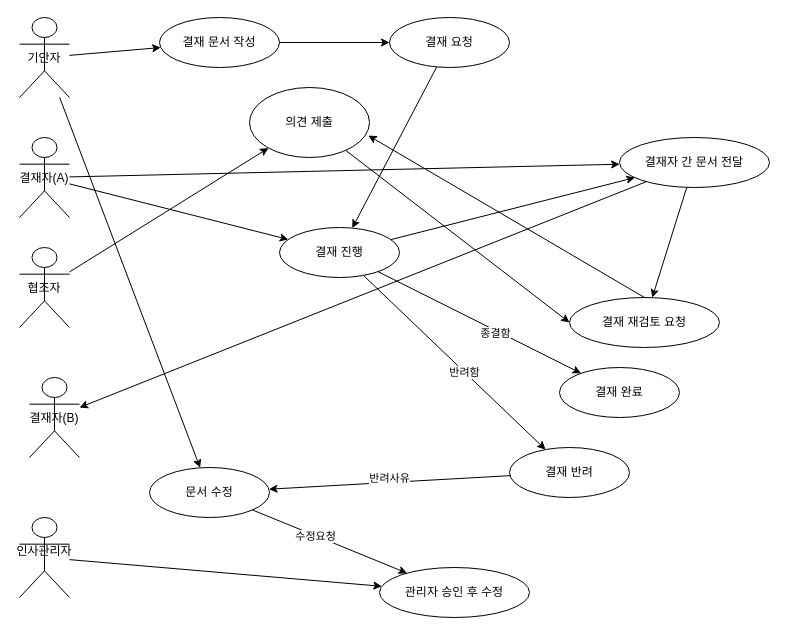
This is document/다이어그램 결재함관리2.drawio from sunday1284/jsp_spring02, a draw.io file, before an edit. Source tidied: cells renumbered, new cells numbered last; positions are measured from the earlier drawing's top-left corner, leaving out a move shared by most shapes. Both pictures are drawn from the tidied source at 100%, with x=0, y=0 at pixel (19, 17).
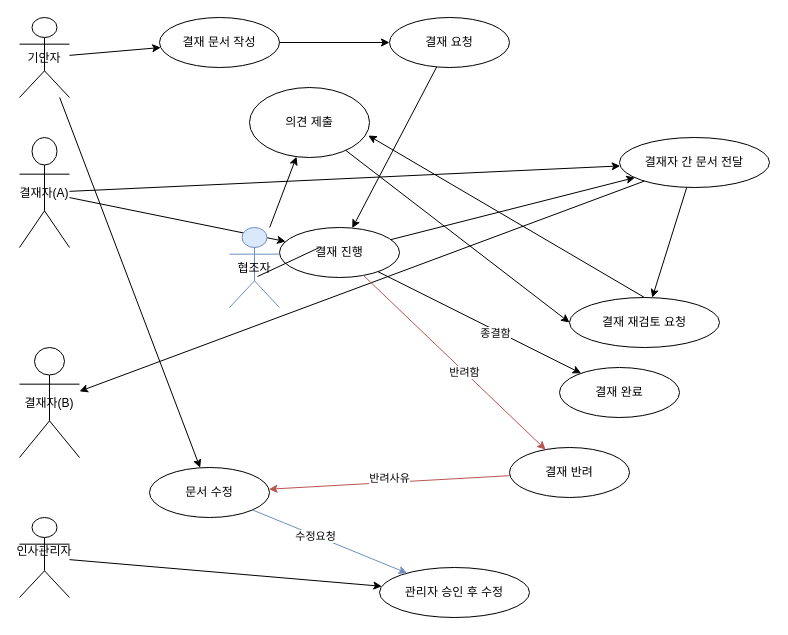
The same page after the edit.

Commit message:
다이어그램 결재함관리2.drawio 업데이트

Unchanged cells that the change refers to:
```xml
<mxCell id="10" value="결재 진행" style="ellipse;whiteSpace=wrap;html=1;" parent="1" vertex="1">
  <mxGeometry x="260" y="210" width="120" height="50" as="geometry" />
</mxCell>
<mxCell id="22" value="결재 반려" style="ellipse;whiteSpace=wrap;html=1;" parent="1" vertex="1">
  <mxGeometry x="490" y="430" width="120" height="50" as="geometry" />
</mxCell>
<mxCell id="25" value="문서 수정" style="ellipse;whiteSpace=wrap;html=1;" parent="1" vertex="1">
  <mxGeometry x="130" y="450" width="120" height="50" as="geometry" />
</mxCell>
<mxCell id="29" value="관리자 승인 후 수정" style="ellipse;whiteSpace=wrap;html=1;" parent="1" vertex="1">
  <mxGeometry x="360" y="550" width="150" height="50" as="geometry" />
</mxCell>
```

What changed in the source:
```diff
@@
     <mxCell id="3" value="결재자(A)" style="shape=umlActor;" parent="1" vertex="1">
-      <mxGeometry y="120" width="50" height="80" as="geometry" />
+      <mxGeometry y="120" width="50" height="110" as="geometry" />
     </mxCell>
     <mxCell id="4" value="결재자(B)" style="shape=umlActor;" parent="1" vertex="1">
-      <mxGeometry x="10" y="360" width="50" height="80" as="geometry" />
+      <mxGeometry y="330" width="60" height="110" as="geometry" />
     </mxCell>
@@
-    <mxCell id="23" parent="1" edge="1" source="10" target="22">
+    <mxCell id="23" style="fillColor=#f8cecc;strokeColor=#b85450;" parent="1" edge="1" source="10" target="22">
       <mxGeometry relative="1" as="geometry" />
     </mxCell>
@@
-    <mxCell id="27" parent="1" edge="1" source="22" target="25">
+    <mxCell id="27" style="fillColor=#f8cecc;strokeColor=#b85450;" parent="1" edge="1" source="22" target="25">
       <mxGeometry relative="1" as="geometry" />
     </mxCell>
@@
-    <mxCell id="30" parent="1" edge="1" source="25" target="29">
+    <mxCell id="30" style="fillColor=#dae8fc;strokeColor=#6c8ebf;" parent="1" edge="1" source="25" target="29">
       <mxGeometry relative="1" as="geometry" />
     </mxCell>
@@
-    <mxCell id="33" value="협조자" style="shape=umlActor;" parent="1" vertex="1">
-      <mxGeometry y="230" width="50" height="80" as="geometry" />
+    <mxCell id="33" value="협조자" style="shape=umlActor;fillColor=#dae8fc;strokeColor=#6c8ebf;" parent="1" vertex="1">
+      <mxGeometry x="210" y="210" width="50" height="80" as="geometry" />
     </mxCell>
@@
+    <mxCell id="38" style="endArrow=none;html=1;rounded=0;exitX=0.56;exitY=0.613;exitDx=0;exitDy=0;exitPerimeter=0;" parent="1" edge="1" source="33">
+      <mxGeometry relative="1" as="geometry">
+        <mxPoint x="300" y="230" as="targetPoint" />
+      </mxGeometry>
+    </mxCell>
```
